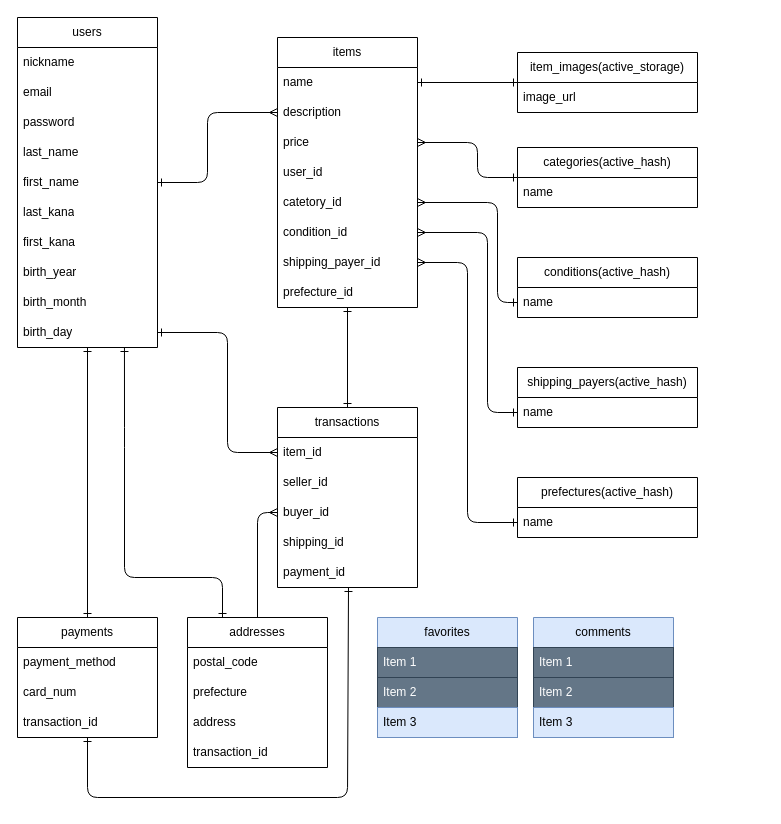
The draw.io diagram table.dio in kengineer923/furima-42539, before the edit. Source tidied: cells renumbered, new cells numbered last; positions are measured from the earlier drawing's top-left corner, leaving out a move shared by most shapes. Both pictures are drawn from the tidied source at 100%, with x=0, y=0 at pixel (17, 17).
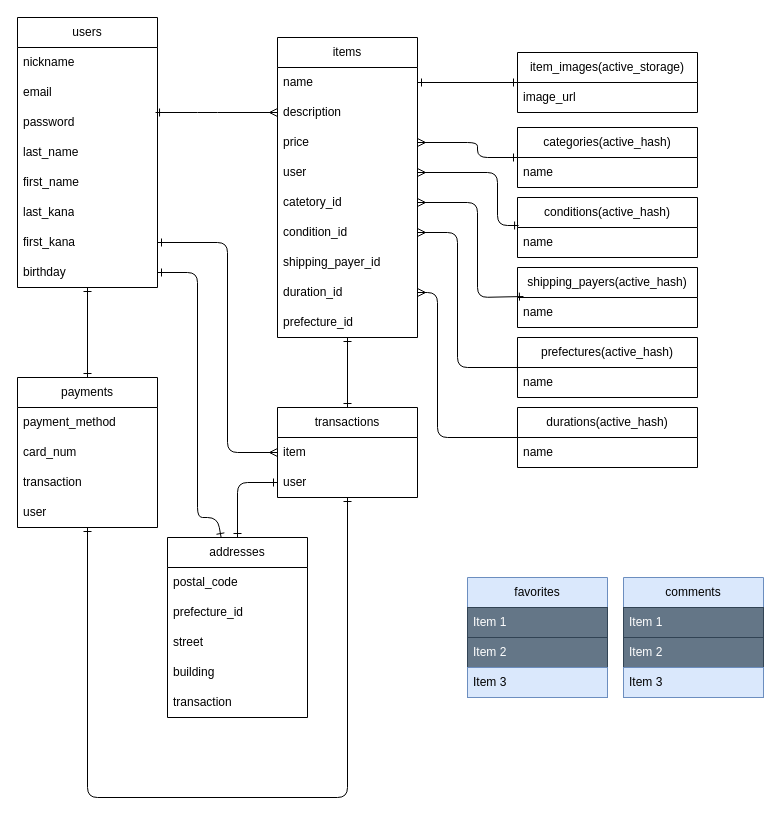
Above is the later version.

Commit message (it also covers changes not shown here):
データベース設計の修正

The change refers to these unchanged cells:
```xml
<mxCell id="5" value="password" style="text;strokeColor=none;fillColor=none;align=left;verticalAlign=middle;spacingLeft=4;spacingRight=4;overflow=hidden;points=[[0,0.5],[1,0.5]];portConstraint=eastwest;whiteSpace=wrap;html=1;" parent="2" vertex="1">
  <mxGeometry y="90" width="140" height="30" as="geometry" />
</mxCell>
<mxCell id="7" value="first_name" style="text;strokeColor=none;fillColor=none;align=left;verticalAlign=middle;spacingLeft=4;spacingRight=4;overflow=hidden;points=[[0,0.5],[1,0.5]];portConstraint=eastwest;whiteSpace=wrap;html=1;" parent="2" vertex="1">
  <mxGeometry y="150" width="140" height="30" as="geometry" />
</mxCell>
<mxCell id="9" value="first_kana" style="text;strokeColor=none;fillColor=none;align=left;verticalAlign=middle;spacingLeft=4;spacingRight=4;overflow=hidden;points=[[0,0.5],[1,0.5]];portConstraint=eastwest;whiteSpace=wrap;html=1;" parent="2" vertex="1">
  <mxGeometry y="210" width="140" height="30" as="geometry" />
</mxCell>
<mxCell id="15" value="description" style="text;strokeColor=none;fillColor=none;align=left;verticalAlign=middle;spacingLeft=4;spacingRight=4;overflow=hidden;points=[[0,0.5],[1,0.5]];portConstraint=eastwest;whiteSpace=wrap;html=1;" parent="13" vertex="1">
  <mxGeometry y="60" width="140" height="30" as="geometry" />
</mxCell>
<mxCell id="16" value="price" style="text;strokeColor=none;fillColor=none;align=left;verticalAlign=middle;spacingLeft=4;spacingRight=4;overflow=hidden;points=[[0,0.5],[1,0.5]];portConstraint=eastwest;whiteSpace=wrap;html=1;" parent="13" vertex="1">
  <mxGeometry y="90" width="140" height="30" as="geometry" />
</mxCell>
<mxCell id="18" value="catetory_id" style="text;strokeColor=none;fillColor=none;align=left;verticalAlign=middle;spacingLeft=4;spacingRight=4;overflow=hidden;points=[[0,0.5],[1,0.5]];portConstraint=eastwest;whiteSpace=wrap;html=1;" parent="13" vertex="1">
  <mxGeometry y="150" width="140" height="30" as="geometry" />
</mxCell>
<mxCell id="19" value="condition_id" style="text;strokeColor=none;fillColor=none;align=left;verticalAlign=middle;spacingLeft=4;spacingRight=4;overflow=hidden;points=[[0,0.5],[1,0.5]];portConstraint=eastwest;whiteSpace=wrap;html=1;" parent="13" vertex="1">
  <mxGeometry y="180" width="140" height="30" as="geometry" />
</mxCell>
<mxCell id="20" value="shipping_payer_id" style="text;strokeColor=none;fillColor=none;align=left;verticalAlign=middle;spacingLeft=4;spacingRight=4;overflow=hidden;points=[[0,0.5],[1,0.5]];portConstraint=eastwest;whiteSpace=wrap;html=1;" parent="13" vertex="1">
  <mxGeometry y="210" width="140" height="30" as="geometry" />
</mxCell>
<mxCell id="32" value="name" style="text;strokeColor=none;fillColor=none;align=left;verticalAlign=middle;spacingLeft=4;spacingRight=4;overflow=hidden;points=[[0,0.5],[1,0.5]];portConstraint=eastwest;whiteSpace=wrap;html=1;" parent="31" vertex="1">
  <mxGeometry y="30" width="180" height="30" as="geometry" />
</mxCell>
<mxCell id="56" value="name" style="text;strokeColor=none;fillColor=none;align=left;verticalAlign=middle;spacingLeft=4;spacingRight=4;overflow=hidden;points=[[0,0.5],[1,0.5]];portConstraint=eastwest;whiteSpace=wrap;html=1;" parent="55" vertex="1">
  <mxGeometry y="30" width="180" height="30" as="geometry" />
</mxCell>
<mxCell id="58" value="name" style="text;strokeColor=none;fillColor=none;align=left;verticalAlign=middle;spacingLeft=4;spacingRight=4;overflow=hidden;points=[[0,0.5],[1,0.5]];portConstraint=eastwest;whiteSpace=wrap;html=1;" parent="57" vertex="1">
  <mxGeometry y="30" width="180" height="30" as="geometry" />
</mxCell>
```

Diff of the diagram source:
```diff
@@
     <mxCell id="2" value="users" style="swimlane;fontStyle=0;horizontal=1;startSize=30;whiteSpace=wrap;html=1;" parent="1" vertex="1">
-      <mxGeometry width="140" height="330" as="geometry" />
+      <mxGeometry width="140" height="270" as="geometry" />
     </mxCell>
@@
-    <mxCell id="10" value="birth_year" style="text;strokeColor=none;fillColor=none;align=left;verticalAlign=middle;spacingLeft=4;spacingRight=4;overflow=hidden;points=[[0,0.5],[1,0.5]];portConstraint=eastwest;whiteSpace=wrap;html=1;" parent="2" vertex="1">
+    <mxCell id="10" value="birthday" style="text;strokeColor=none;fillColor=none;align=left;verticalAlign=middle;spacingLeft=4;spacingRight=4;overflow=hidden;points=[[0,0.5],[1,0.5]];portConstraint=eastwest;whiteSpace=wrap;html=1;" parent="2" vertex="1">
       <mxGeometry y="240" width="140" height="30" as="geometry" />
     </mxCell>
-    <mxCell id="11" value="birth_month" style="text;strokeColor=none;fillColor=none;align=left;verticalAlign=middle;spacingLeft=4;spacingRight=4;overflow=hidden;whiteSpace=wrap;html=1;" parent="2" vertex="1">
-      <mxGeometry y="270" width="140" height="30" as="geometry" />
-    </mxCell>
-    <mxCell id="12" value="birth_day" style="text;strokeColor=none;fillColor=none;align=left;verticalAlign=middle;spacingLeft=4;spacingRight=4;overflow=hidden;points=[[0,0.5],[1,0.5]];portConstraint=eastwest;whiteSpace=wrap;html=1;" parent="2" vertex="1">
-      <mxGeometry y="300" width="140" height="30" as="geometry" />
-    </mxCell>
     <mxCell id="13" value="items" style="swimlane;fontStyle=0;horizontal=1;startSize=30;whiteSpace=wrap;html=1;" parent="1" vertex="1">
-      <mxGeometry x="260" y="20" width="140" height="270" as="geometry" />
+      <mxGeometry x="260" y="20" width="140" height="300" as="geometry" />
     </mxCell>
@@
-    <mxCell id="17" value="user_id" style="text;strokeColor=none;fillColor=none;align=left;verticalAlign=middle;spacingLeft=4;spacingRight=4;overflow=hidden;points=[[0,0.5],[1,0.5]];portConstraint=eastwest;whiteSpace=wrap;html=1;" parent="13" vertex="1">
+    <mxCell id="17" value="user" style="text;strokeColor=none;fillColor=none;align=left;verticalAlign=middle;spacingLeft=4;spacingRight=4;overflow=hidden;points=[[0,0.5],[1,0.5]];portConstraint=eastwest;whiteSpace=wrap;html=1;" parent="13" vertex="1">
       <mxGeometry y="120" width="140" height="30" as="geometry" />
     </mxCell>
@@
+    <mxCell id="67" value="duration_id" style="text;strokeColor=none;fillColor=none;align=left;verticalAlign=middle;spacingLeft=4;spacingRight=4;overflow=hidden;points=[[0,0.5],[1,0.5]];portConstraint=eastwest;whiteSpace=wrap;html=1;" parent="13" vertex="1">
+      <mxGeometry y="240" width="140" height="30" as="geometry" />
+    </mxCell>
     <mxCell id="21" value="prefecture_id" style="text;strokeColor=none;fillColor=none;align=left;verticalAlign=middle;spacingLeft=4;spacingRight=4;overflow=hidden;points=[[0,0.5],[1,0.5]];portConstraint=eastwest;whiteSpace=wrap;html=1;" parent="13" vertex="1">
-      <mxGeometry y="240" width="140" height="30" as="geometry" />
+      <mxGeometry y="270" width="140" height="30" as="geometry" />
     </mxCell>
     <mxCell id="22" value="transactions" style="swimlane;fontStyle=0;horizontal=1;startSize=30;whiteSpace=wrap;html=1;" parent="1" vertex="1">
-      <mxGeometry x="260" y="390" width="140" height="180" as="geometry" />
+      <mxGeometry x="260" y="390" width="140" height="90" as="geometry" />
     </mxCell>
-    <mxCell id="23" value="item_id" style="text;strokeColor=none;fillColor=none;align=left;verticalAlign=middle;spacingLeft=4;spacingRight=4;overflow=hidden;points=[[0,0.5],[1,0.5]];portConstraint=eastwest;whiteSpace=wrap;html=1;" parent="22" vertex="1">
+    <mxCell id="23" value="item" style="text;strokeColor=none;fillColor=none;align=left;verticalAlign=middle;spacingLeft=4;spacingRight=4;overflow=hidden;points=[[0,0.5],[1,0.5]];portConstraint=eastwest;whiteSpace=wrap;html=1;" parent="22" vertex="1">
       <mxGeometry y="30" width="140" height="30" as="geometry" />
     </mxCell>
-    <mxCell id="24" value="seller_id" style="text;strokeColor=none;fillColor=none;align=left;verticalAlign=middle;spacingLeft=4;spacingRight=4;overflow=hidden;whiteSpace=wrap;html=1;" parent="22" vertex="1">
-      <mxGeometry y="60" width="140" height="30" as="geometry" />
-    </mxCell>
-    <mxCell id="25" value="buyer_id" style="text;strokeColor=none;fillColor=none;align=left;verticalAlign=middle;spacingLeft=4;spacingRight=4;overflow=hidden;points=[[0,0.5],[1,0.5]];portConstraint=eastwest;whiteSpace=wrap;html=1;" parent="22" vertex="1">
-      <mxGeometry y="90" width="140" height="30" as="geometry" />
-    </mxCell>
-    <mxCell id="26" value="shipping_id" style="text;strokeColor=none;fillColor=none;align=left;verticalAlign=middle;spacingLeft=4;spacingRight=4;overflow=hidden;points=[[0,0.5],[1,0.5]];portConstraint=eastwest;whiteSpace=wrap;html=1;" parent="22" vertex="1">
-      <mxGeometry y="120" width="140" height="30" as="geometry" />
+    <mxCell id="26" value="user" style="text;strokeColor=none;fillColor=none;align=left;verticalAlign=middle;spacingLeft=4;spacingRight=4;overflow=hidden;points=[[0,0.5],[1,0.5]];portConstraint=eastwest;whiteSpace=wrap;html=1;" parent="22" vertex="1">
+      <mxGeometry y="60" width="140" height="30" as="geometry" />
     </mxCell>
-    <mxCell id="27" value="payment_id" style="text;strokeColor=none;fillColor=none;align=left;verticalAlign=middle;spacingLeft=4;spacingRight=4;overflow=hidden;whiteSpace=wrap;html=1;" parent="22" vertex="1">
-      <mxGeometry y="150" width="140" height="30" as="geometry" />
-    </mxCell>
     <mxCell id="28" style="edgeStyle=none;html=1;entryX=1;entryY=0.5;entryDx=0;entryDy=0;endArrow=ERmany;endFill=0;exitX=0;exitY=0.5;exitDx=0;exitDy=0;startArrow=ERone;startFill=0;" parent="1" edge="1" source="29" target="16">
       <mxGeometry relative="1" as="geometry">
         <Array as="points">
-          <mxPoint x="460" y="160" />
+          <mxPoint x="460" y="140" />
           <mxPoint x="460" y="125" />
         </Array>
       </mxGeometry>
     </mxCell>
     <mxCell id="29" value="categories(active_hash)" style="swimlane;fontStyle=0;horizontal=1;startSize=30;whiteSpace=wrap;html=1;" parent="1" vertex="1">
-      <mxGeometry x="500" y="130" width="180" height="60" as="geometry" />
+      <mxGeometry x="500" y="110" width="180" height="60" as="geometry" />
     </mxCell>
@@
     <mxCell id="31" value="prefectures(active_hash)" style="swimlane;fontStyle=0;horizontal=1;startSize=30;whiteSpace=wrap;html=1;" parent="1" vertex="1">
-      <mxGeometry x="500" y="460" width="180" height="60" as="geometry" />
+      <mxGeometry x="500" y="320" width="180" height="60" as="geometry" />
     </mxCell>
@@
-    <mxCell id="33" style="edgeStyle=none;html=1;endArrow=ERone;endFill=0;startArrow=ERone;startFill=0;" parent="1" edge="1" source="37">
+    <mxCell id="33" style="edgeStyle=none;html=1;endArrow=ERone;endFill=0;startArrow=ERone;startFill=0;" parent="1" edge="1" source="68" target="26">
       <mxGeometry relative="1" as="geometry">
-        <mxPoint x="331" y="570" as="targetPoint" />
         <Array as="points">
           <mxPoint x="70" y="780" />
           <mxPoint x="330" y="780" />
         </Array>
       </mxGeometry>
     </mxCell>
     <mxCell id="34" value="payments" style="swimlane;fontStyle=0;horizontal=1;startSize=30;whiteSpace=wrap;html=1;" parent="1" vertex="1">
-      <mxGeometry y="600" width="140" height="120" as="geometry" />
+      <mxGeometry y="360" width="140" height="150" as="geometry" />
     </mxCell>
@@
-    <mxCell id="37" value="transaction_id" style="text;strokeColor=none;fillColor=none;align=left;verticalAlign=middle;spacingLeft=4;spacingRight=4;overflow=hidden;points=[[0,0.5],[1,0.5]];portConstraint=eastwest;whiteSpace=wrap;html=1;" parent="34" vertex="1">
+    <mxCell id="37" value="transaction" style="text;strokeColor=none;fillColor=none;align=left;verticalAlign=middle;spacingLeft=4;spacingRight=4;overflow=hidden;points=[[0,0.5],[1,0.5]];portConstraint=eastwest;whiteSpace=wrap;html=1;" parent="34" vertex="1">
       <mxGeometry y="90" width="140" height="30" as="geometry" />
     </mxCell>
+    <mxCell id="68" value="user" style="text;strokeColor=none;fillColor=none;align=left;verticalAlign=middle;spacingLeft=4;spacingRight=4;overflow=hidden;points=[[0,0.5],[1,0.5]];portConstraint=eastwest;whiteSpace=wrap;html=1;" parent="34" vertex="1">
+      <mxGeometry y="120" width="140" height="30" as="geometry" />
+    </mxCell>
     <mxCell id="38" value="comments" style="swimlane;fontStyle=0;horizontal=1;startSize=30;whiteSpace=wrap;html=1;fillColor=#dae8fc;strokeColor=#6c8ebf;" parent="1" vertex="1">
-      <mxGeometry x="516" y="600" width="140" height="120" as="geometry" />
+      <mxGeometry x="606" y="560" width="140" height="120" as="geometry" />
     </mxCell>
@@
-    <mxCell id="42" style="endArrow=ERmany;html=1;exitX=1;exitY=0.5;exitDx=0;exitDy=0;entryX=0;entryY=0.5;entryDx=0;entryDy=0;endFill=0;startArrow=ERone;startFill=0;" parent="1" edge="1" source="7" target="15">
+    <mxCell id="42" style="endArrow=ERmany;html=1;exitX=0.986;exitY=0.167;exitDx=0;exitDy=0;entryX=0;entryY=0.5;entryDx=0;entryDy=0;endFill=0;startArrow=ERone;startFill=0;exitPerimeter=0;" parent="1" edge="1" source="5" target="15">
       <mxGeometry relative="1" as="geometry">
         <Array as="points">
-          <mxPoint x="190" y="165" />
           <mxPoint x="190" y="95" />
         </Array>
       </mxGeometry>
     </mxCell>
-    <mxCell id="43" style="endArrow=ERmany;html=1;exitX=1;exitY=0.5;exitDx=0;exitDy=0;entryX=0;entryY=0.5;entryDx=0;entryDy=0;endFill=0;startArrow=ERone;startFill=0;" parent="1" edge="1" source="12" target="23">
+    <mxCell id="43" style="endArrow=ERmany;html=1;entryX=0;entryY=0.5;entryDx=0;entryDy=0;endFill=0;startArrow=ERone;startFill=0;" parent="1" edge="1" source="9" target="23">
       <mxGeometry relative="1" as="geometry">
         <Array as="points">
-          <mxPoint x="210" y="315" />
+          <mxPoint x="210" y="225" />
           <mxPoint x="210" y="435" />
         </Array>
       </mxGeometry>
     </mxCell>
@@
     <mxCell id="46" value="favorites" style="swimlane;fontStyle=0;horizontal=1;startSize=30;whiteSpace=wrap;html=1;fillColor=#dae8fc;strokeColor=#6c8ebf;" parent="1" vertex="1">
-      <mxGeometry x="360" y="600" width="140" height="120" as="geometry" />
+      <mxGeometry x="450" y="560" width="140" height="120" as="geometry" />
     </mxCell>
@@
+    <mxCell id="69" style="edgeStyle=none;html=1;startArrow=ERone;startFill=0;endArrow=ERone;endFill=0;" parent="1" edge="1" source="50" target="10">
+      <mxGeometry relative="1" as="geometry">
+        <Array as="points">
+          <mxPoint x="200" y="500" />
+          <mxPoint x="180" y="500" />
+          <mxPoint x="180" y="255" />
+        </Array>
+      </mxGeometry>
+    </mxCell>
     <mxCell id="50" value="addresses" style="swimlane;fontStyle=0;horizontal=1;startSize=30;whiteSpace=wrap;html=1;" parent="1" vertex="1">
-      <mxGeometry x="170" y="600" width="140" height="150" as="geometry" />
+      <mxGeometry x="150" y="520" width="140" height="180" as="geometry" />
     </mxCell>
@@
-    <mxCell id="52" value="prefecture" style="text;strokeColor=none;fillColor=none;align=left;verticalAlign=middle;spacingLeft=4;spacingRight=4;overflow=hidden;whiteSpace=wrap;html=1;" parent="50" vertex="1">
+    <mxCell id="52" value="prefecture_id" style="text;strokeColor=none;fillColor=none;align=left;verticalAlign=middle;spacingLeft=4;spacingRight=4;overflow=hidden;whiteSpace=wrap;html=1;" parent="50" vertex="1">
       <mxGeometry y="60" width="140" height="30" as="geometry" />
     </mxCell>
-    <mxCell id="53" value="address" style="text;strokeColor=none;fillColor=none;align=left;verticalAlign=middle;spacingLeft=4;spacingRight=4;overflow=hidden;whiteSpace=wrap;html=1;" parent="50" vertex="1">
+    <mxCell id="53" value="street" style="text;strokeColor=none;fillColor=none;align=left;verticalAlign=middle;spacingLeft=4;spacingRight=4;overflow=hidden;whiteSpace=wrap;html=1;" parent="50" vertex="1">
       <mxGeometry y="90" width="140" height="30" as="geometry" />
     </mxCell>
+    <mxCell id="70" value="building" style="text;strokeColor=none;fillColor=none;align=left;verticalAlign=middle;spacingLeft=4;spacingRight=4;overflow=hidden;whiteSpace=wrap;html=1;" parent="50" vertex="1">
+      <mxGeometry y="120" width="140" height="30" as="geometry" />
+    </mxCell>
-    <mxCell id="54" value="transaction_id" style="text;strokeColor=none;fillColor=none;align=left;verticalAlign=middle;spacingLeft=4;spacingRight=4;overflow=hidden;whiteSpace=wrap;html=1;" parent="50" vertex="1">
-      <mxGeometry y="120" width="140" height="30" as="geometry" />
+    <mxCell id="54" value="transaction" style="text;strokeColor=none;fillColor=none;align=left;verticalAlign=middle;spacingLeft=4;spacingRight=4;overflow=hidden;whiteSpace=wrap;html=1;" parent="50" vertex="1">
+      <mxGeometry y="150" width="140" height="30" as="geometry" />
     </mxCell>
     <mxCell id="55" value="conditions(active_hash)" style="swimlane;fontStyle=0;horizontal=1;startSize=30;whiteSpace=wrap;html=1;" parent="1" vertex="1">
-      <mxGeometry x="500" y="240" width="180" height="60" as="geometry" />
+      <mxGeometry x="500" y="180" width="180" height="60" as="geometry" />
     </mxCell>
@@
     <mxCell id="57" value="shipping_payers(active_hash)" style="swimlane;fontStyle=0;horizontal=1;startSize=30;whiteSpace=wrap;html=1;" parent="1" vertex="1">
-      <mxGeometry x="500" y="350" width="180" height="60" as="geometry" />
+      <mxGeometry x="500" y="250" width="180" height="60" as="geometry" />
     </mxCell>
@@
-    <mxCell id="59" style="edgeStyle=none;html=1;exitX=0;exitY=0.5;exitDx=0;exitDy=0;entryX=1;entryY=0.5;entryDx=0;entryDy=0;endArrow=ERmany;endFill=0;startArrow=ERone;startFill=0;" parent="1" edge="1" target="18">
+    <mxCell id="59" style="edgeStyle=none;html=1;exitX=0.006;exitY=-0.067;exitDx=0;exitDy=0;entryX=1;entryY=0.5;entryDx=0;entryDy=0;endArrow=ERmany;endFill=0;startArrow=ERone;startFill=0;exitPerimeter=0;" parent="1" edge="1" source="56" target="17">
       <mxGeometry relative="1" as="geometry">
-        <mxPoint x="500" y="285" as="sourcePoint" />
         <Array as="points">
-          <mxPoint x="480" y="285" />
-          <mxPoint x="480" y="185" />
+          <mxPoint x="480" y="208" />
+          <mxPoint x="480" y="155" />
         </Array>
       </mxGeometry>
     </mxCell>
@@
-    <mxCell id="61" style="edgeStyle=none;html=1;entryX=1;entryY=0.5;entryDx=0;entryDy=0;endArrow=ERmany;endFill=0;exitX=0;exitY=0.5;exitDx=0;exitDy=0;startArrow=ERone;startFill=0;" parent="1" edge="1" target="19">
+    <mxCell id="61" style="edgeStyle=none;html=1;entryX=1;entryY=0.5;entryDx=0;entryDy=0;endArrow=ERmany;endFill=0;exitX=0.033;exitY=-0.033;exitDx=0;exitDy=0;startArrow=ERone;startFill=0;exitPerimeter=0;" parent="1" edge="1" source="58" target="18">
       <mxGeometry relative="1" as="geometry">
-        <mxPoint x="500" y="395" as="sourcePoint" />
         <Array as="points">
-          <mxPoint x="470" y="395" />
-          <mxPoint x="470" y="215" />
+          <mxPoint x="460" y="280" />
+          <mxPoint x="460" y="185" />
         </Array>
       </mxGeometry>
     </mxCell>
@@
-    <mxCell id="63" style="edgeStyle=none;html=1;entryX=1;entryY=0.5;entryDx=0;entryDy=0;exitX=0;exitY=0.5;exitDx=0;exitDy=0;endArrow=ERmany;endFill=0;startArrow=ERone;startFill=0;" parent="1" edge="1" target="20">
+    <mxCell id="63" style="edgeStyle=none;html=1;entryX=1;entryY=0.5;entryDx=0;entryDy=0;exitX=0.022;exitY=0;exitDx=0;exitDy=0;endArrow=ERmany;endFill=0;startArrow=ERone;startFill=0;exitPerimeter=0;" parent="1" edge="1" source="32" target="19">
       <mxGeometry relative="1" as="geometry">
-        <mxPoint x="500" y="505" as="sourcePoint" />
         <Array as="points">
-          <mxPoint x="450" y="505" />
-          <mxPoint x="450" y="245" />
+          <mxPoint x="440" y="350" />
+          <mxPoint x="440" y="215" />
         </Array>
       </mxGeometry>
     </mxCell>
-    <mxCell id="64" style="edgeStyle=none;html=1;entryX=0;entryY=0.5;entryDx=0;entryDy=0;exitX=0.5;exitY=0;exitDx=0;exitDy=0;endArrow=ERmany;endFill=0;" parent="1" edge="1" source="50" target="25">
+    <mxCell id="64" style="edgeStyle=none;html=1;endArrow=ERone;endFill=0;startArrow=ERone;startFill=0;" parent="1" edge="1" source="50" target="26">
       <mxGeometry relative="1" as="geometry">
         <Array as="points">
-          <mxPoint x="240" y="495" />
+          <mxPoint x="220" y="465" />
         </Array>
       </mxGeometry>
     </mxCell>
-    <mxCell id="65" style="edgeStyle=none;html=1;entryX=0.764;entryY=1;entryDx=0;entryDy=0;entryPerimeter=0;exitX=0.25;exitY=0;exitDx=0;exitDy=0;endArrow=ERone;endFill=0;startArrow=ERone;startFill=0;" parent="1" edge="1" source="50" target="12">
-      <mxGeometry relative="1" as="geometry">
-        <Array as="points">
-          <mxPoint x="205" y="560" />
-          <mxPoint x="107" y="560" />
-          <mxPoint x="107" y="420" />
-        </Array>
-      </mxGeometry>
-    </mxCell>
-    <mxCell id="66" style="edgeStyle=none;html=1;endArrow=ERone;endFill=0;startArrow=ERone;startFill=0;" parent="1" edge="1" source="34" target="12">
+    <mxCell id="66" style="edgeStyle=none;html=1;endArrow=ERone;endFill=0;startArrow=ERone;startFill=0;" parent="1" edge="1" source="34" target="10">
       <mxGeometry relative="1" as="geometry" />
     </mxCell>
+    <mxCell id="71" value="durations(active_hash)" style="swimlane;fontStyle=0;horizontal=1;startSize=30;whiteSpace=wrap;html=1;" parent="1" vertex="1">
+      <mxGeometry x="500" y="390" width="180" height="60" as="geometry" />
+    </mxCell>
+    <mxCell id="72" value="name" style="text;strokeColor=none;fillColor=none;align=left;verticalAlign=middle;spacingLeft=4;spacingRight=4;overflow=hidden;whiteSpace=wrap;html=1;" parent="71" vertex="1">
+      <mxGeometry y="30" width="180" height="30" as="geometry" />
+    </mxCell>
+    <mxCell id="73" style="edgeStyle=none;html=1;entryX=1;entryY=0.5;entryDx=0;entryDy=0;exitX=0;exitY=0.5;exitDx=0;exitDy=0;endArrow=ERmany;endFill=0;" parent="1" edge="1" source="71" target="67">
+      <mxGeometry relative="1" as="geometry">
+        <Array as="points">
+          <mxPoint x="420" y="420" />
+          <mxPoint x="420" y="275" />
+        </Array>
+      </mxGeometry>
+    </mxCell>
```
